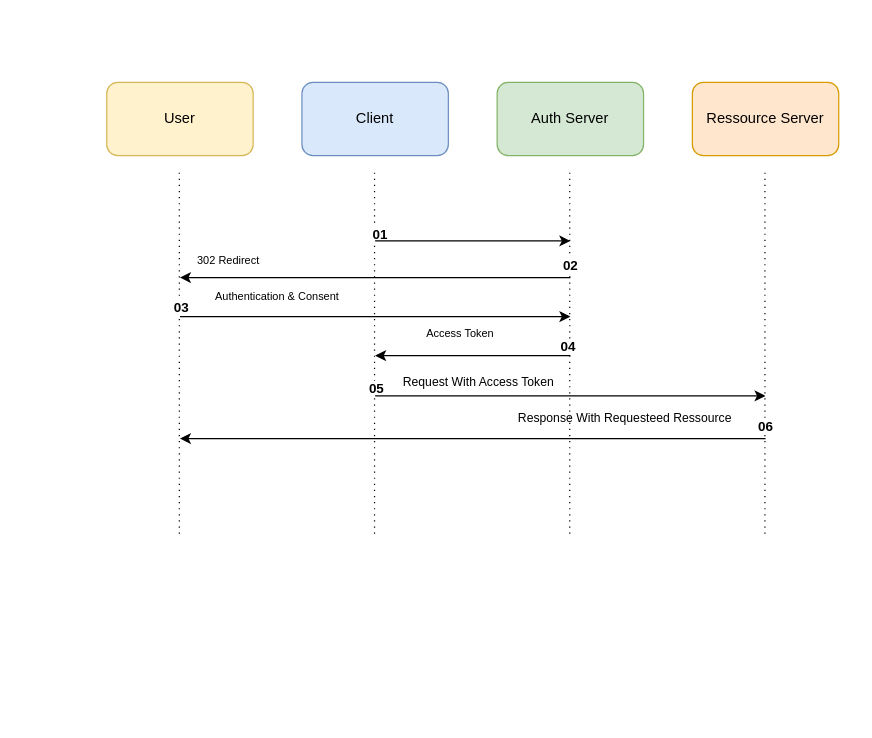
Earlier version of the draw.io diagram SequenceDiagramOpenIdConnect.drawio (drissaitkassi/usecaseGestHab). Source tidied: cells renumbered, new cells numbered last; positions are measured from the earlier drawing's top-left corner, leaving out a move shared by most shapes. Both pictures are drawn from the tidied source at 122%, with x=0, y=0 at pixel (106, 82).
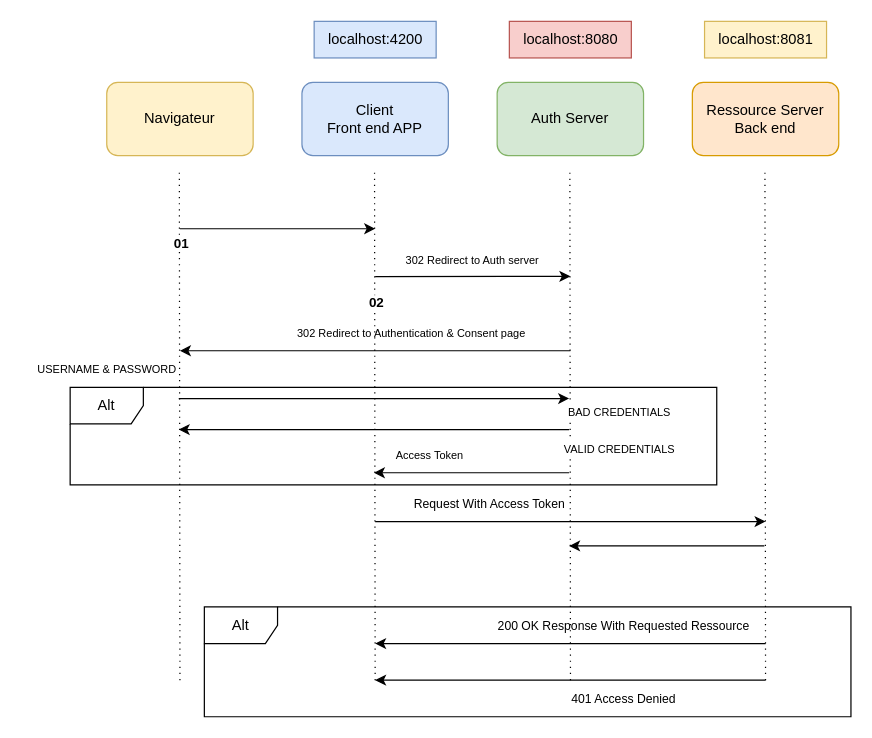
After the change.

Commit message:
Mettre à jour SequenceDiagramOpenIdConnect.drawio

Diff of the diagram source:
```diff
@@
     <mxCell id="2" style="endArrow=none;dashed=1;html=1;dashPattern=1 4;strokeWidth=1;rounded=0;" parent="1" edge="1">
       <mxGeometry relative="1" as="geometry">
-        <mxPoint x="59.5" y="370" as="sourcePoint" />
+        <mxPoint x="60" y="490" as="sourcePoint" />
         <mxPoint x="59.5" y="70" as="targetPoint" />
       </mxGeometry>
     </mxCell>
-    <mxCell id="3" value="&lt;b&gt;03&lt;/b&gt;" style="edgeLabel;html=1;align=center;verticalAlign=middle;" parent="2" vertex="1">
-      <mxGeometry x="0.24" y="-1" relative="1" as="geometry" />
-    </mxCell>
-    <mxCell id="4" value="User" style="rounded=1;whiteSpace=wrap;html=1;fillColor=#fff2cc;strokeColor=#d6b656;" parent="1" vertex="1">
+    <mxCell id="4" value="Navigateur" style="rounded=1;whiteSpace=wrap;html=1;fillColor=#fff2cc;strokeColor=#d6b656;" parent="1" vertex="1">
       <mxGeometry width="120" height="60" as="geometry" />
     </mxCell>
-    <mxCell id="5" value="Client" style="rounded=1;whiteSpace=wrap;html=1;fillColor=#dae8fc;strokeColor=#6c8ebf;" parent="1" vertex="1">
+    <mxCell id="5" value="Client&lt;br&gt;Front end APP" style="rounded=1;whiteSpace=wrap;html=1;fillColor=#dae8fc;strokeColor=#6c8ebf;" parent="1" vertex="1">
       <mxGeometry x="160" width="120" height="60" as="geometry" />
     </mxCell>
@@
-    <mxCell id="7" value="Ressource Server" style="rounded=1;whiteSpace=wrap;html=1;fillColor=#ffe6cc;strokeColor=#d79b00;" parent="1" vertex="1">
+    <mxCell id="7" value="Ressource Server&lt;br&gt;Back end" style="rounded=1;whiteSpace=wrap;html=1;fillColor=#ffe6cc;strokeColor=#d79b00;" parent="1" vertex="1">
       <mxGeometry x="480" width="120" height="60" as="geometry" />
     </mxCell>
     <mxCell id="8" style="endArrow=none;dashed=1;html=1;dashPattern=1 4;strokeWidth=1;rounded=0;" parent="1" edge="1">
       <mxGeometry relative="1" as="geometry">
-        <mxPoint x="219.5" y="370" as="sourcePoint" />
+        <mxPoint x="220" y="490" as="sourcePoint" />
         <mxPoint x="219.5" y="70" as="targetPoint" />
       </mxGeometry>
     </mxCell>
     <mxCell id="9" value="&lt;b&gt;01&lt;/b&gt;" style="edgeLabel;html=1;align=center;verticalAlign=middle;" parent="8" vertex="1">
-      <mxGeometry x="0.64" y="-4" relative="1" as="geometry" />
+      <mxGeometry x="0.64" y="-4" relative="1" as="geometry">
+        <mxPoint x="-163" y="-14" as="offset" />
+      </mxGeometry>
     </mxCell>
-    <mxCell id="10" value="&lt;b&gt;05&lt;/b&gt;" style="edgeLabel;html=1;align=center;verticalAlign=middle;" parent="8" vertex="1">
-      <mxGeometry x="-0.2" y="-1" relative="1" as="geometry" />
-    </mxCell>
     <mxCell id="11" style="endArrow=none;dashed=1;html=1;dashPattern=1 4;strokeWidth=1;rounded=0;" parent="1" edge="1">
       <mxGeometry relative="1" as="geometry">
-        <mxPoint x="379.5" y="370" as="sourcePoint" />
-        <mxPoint x="379.5" y="70" as="targetPoint" />
+        <mxPoint x="380.1" y="490" as="sourcePoint" />
+        <mxPoint x="379.6" y="70" as="targetPoint" />
       </mxGeometry>
     </mxCell>
     <mxCell id="12" value="&lt;b&gt;02&lt;/b&gt;" style="edgeLabel;html=1;align=center;verticalAlign=middle;" parent="11" vertex="1">
-      <mxGeometry x="0.47" relative="1" as="geometry" />
+      <mxGeometry x="0.47" relative="1" as="geometry">
+        <mxPoint x="-159" y="-1" as="offset" />
+      </mxGeometry>
     </mxCell>
-    <mxCell id="13" value="&lt;b&gt;04&lt;/b&gt;" style="edgeLabel;html=1;align=center;verticalAlign=middle;" parent="11" vertex="1">
-      <mxGeometry x="0.04" y="2" relative="1" as="geometry">
-        <mxPoint y="2" as="offset" />
-      </mxGeometry>
-    </mxCell>
+    <mxCell id="27" value="&lt;font style=&quot;font-size: 9px;&quot;&gt;BAD CREDENTIALS&lt;/font&gt;" style="edgeLabel;html=1;align=center;verticalAlign=middle;" parent="11" vertex="1">
+      <mxGeometry y="-3" relative="1" as="geometry">
+        <mxPoint x="37" y="-10" as="offset" />
+      </mxGeometry>
+    </mxCell>
+    <mxCell id="28" value="&lt;font style=&quot;font-size: 9px;&quot;&gt;VALID CREDENTIALS&lt;/font&gt;" style="edgeLabel;html=1;align=center;verticalAlign=middle;" parent="11" vertex="1">
+      <mxGeometry y="-3" relative="1" as="geometry">
+        <mxPoint x="37" y="20" as="offset" />
+      </mxGeometry>
+    </mxCell>
     <mxCell id="14" style="endArrow=none;dashed=1;html=1;dashPattern=1 4;strokeWidth=1;rounded=0;" parent="1" edge="1">
       <mxGeometry relative="1" as="geometry">
-        <mxPoint x="539.5" y="370" as="sourcePoint" />
+        <mxPoint x="540" y="490" as="sourcePoint" />
         <mxPoint x="539.5" y="70" as="targetPoint" />
       </mxGeometry>
     </mxCell>
-    <mxCell id="15" value="&lt;b&gt;06&lt;/b&gt;" style="edgeLabel;html=1;align=center;verticalAlign=middle;" parent="14" vertex="1">
-      <mxGeometry x="-0.41" relative="1" as="geometry" />
-    </mxCell>
     <mxCell id="16" style="endArrow=classic;html=1;rounded=0;" parent="1" edge="1">
       <mxGeometry relative="1" as="geometry">
-        <mxPoint x="220" y="130" as="sourcePoint" />
-        <mxPoint x="380" y="130" as="targetPoint" />
+        <mxPoint x="60" y="120" as="sourcePoint" />
+        <mxPoint x="220" y="120" as="targetPoint" />
       </mxGeometry>
     </mxCell>
     <mxCell id="17" style="endArrow=classic;html=1;rounded=0;" parent="1" edge="1">
       <mxGeometry relative="1" as="geometry">
-        <mxPoint x="380" y="160" as="sourcePoint" />
-        <mxPoint x="60" y="160" as="targetPoint" />
+        <mxPoint x="220" y="159.2" as="sourcePoint" />
+        <mxPoint x="380" y="159" as="targetPoint" />
       </mxGeometry>
     </mxCell>
-    <mxCell id="18" value="&lt;font style=&quot;font-size: 9px;&quot;&gt;302 Redirect&lt;/font&gt;" style="text;html=1;strokeColor=none;fillColor=none;align=center;verticalAlign=middle;whiteSpace=wrap;rounded=0;" parent="1" vertex="1">
-      <mxGeometry x="70" y="130" width="60" height="30" as="geometry" />
+    <mxCell id="18" value="&lt;font style=&quot;font-size: 9px;&quot;&gt;302 Redirect to Auth server&lt;/font&gt;" style="text;html=1;strokeColor=none;fillColor=none;align=center;verticalAlign=middle;whiteSpace=wrap;rounded=0;" parent="1" vertex="1">
+      <mxGeometry x="235" y="130" width="130" height="30" as="geometry" />
     </mxCell>
     <mxCell id="19" style="endArrow=classic;html=1;rounded=0;" parent="1" edge="1">
       <mxGeometry relative="1" as="geometry">
-        <mxPoint x="60" y="192" as="sourcePoint" />
-        <mxPoint x="380" y="192" as="targetPoint" />
+        <mxPoint x="380" y="220" as="sourcePoint" />
+        <mxPoint x="60" y="220" as="targetPoint" />
       </mxGeometry>
     </mxCell>
     <mxCell id="20" style="endArrow=classic;html=1;rounded=0;" parent="1" edge="1">
       <mxGeometry relative="1" as="geometry">
-        <mxPoint x="380" y="224" as="sourcePoint" />
-        <mxPoint x="220" y="224" as="targetPoint" />
+        <mxPoint x="379" y="320" as="sourcePoint" />
+        <mxPoint x="219" y="320" as="targetPoint" />
       </mxGeometry>
     </mxCell>
     <mxCell id="21" style="endArrow=classic;html=1;rounded=0;" parent="1" edge="1">
       <mxGeometry relative="1" as="geometry">
-        <mxPoint x="220" y="257" as="sourcePoint" />
-        <mxPoint x="540" y="257" as="targetPoint" />
+        <mxPoint x="220" y="360" as="sourcePoint" />
+        <mxPoint x="540" y="360" as="targetPoint" />
       </mxGeometry>
     </mxCell>
     <mxCell id="22" style="endArrow=classic;html=1;rounded=0;" parent="1" edge="1">
       <mxGeometry relative="1" as="geometry">
-        <mxPoint x="540" y="292" as="sourcePoint" />
-        <mxPoint x="60" y="292" as="targetPoint" />
+        <mxPoint x="540" y="460" as="sourcePoint" />
+        <mxPoint x="220" y="460" as="targetPoint" />
       </mxGeometry>
     </mxCell>
-    <mxCell id="23" value="&lt;font style=&quot;font-size: 9px;&quot;&gt;Authentication &amp;amp; Consent&lt;/font&gt;" style="text;html=1;strokeColor=none;fillColor=none;align=center;verticalAlign=middle;whiteSpace=wrap;rounded=0;" parent="1" vertex="1">
-      <mxGeometry x="80" y="160" width="120" height="30" as="geometry" />
+    <mxCell id="23" value="&lt;font style=&quot;font-size: 9px;&quot;&gt;302 Redirect to Authentication &amp;amp; Consent page&lt;/font&gt;" style="text;html=1;strokeColor=none;fillColor=none;align=center;verticalAlign=middle;whiteSpace=wrap;rounded=0;" parent="1" vertex="1">
+      <mxGeometry x="150" y="190" width="200" height="30" as="geometry" />
     </mxCell>
     <mxCell id="24" value="&lt;font style=&quot;font-size: 9px;&quot;&gt;Access Token&lt;/font&gt;" style="text;html=1;strokeColor=none;fillColor=none;align=center;verticalAlign=middle;whiteSpace=wrap;rounded=0;" parent="1" vertex="1">
-      <mxGeometry x="260" y="190" width="60" height="30" as="geometry" />
+      <mxGeometry x="235" y="290" width="60" height="30" as="geometry" />
     </mxCell>
     <mxCell id="25" value="&lt;font size=&quot;1&quot;&gt;Request With Access Token&lt;/font&gt;" style="text;html=1;strokeColor=none;fillColor=none;align=center;verticalAlign=middle;whiteSpace=wrap;rounded=0;" parent="1" vertex="1">
-      <mxGeometry x="240" y="230" width="130" height="30" as="geometry" />
+      <mxGeometry x="249" y="330" width="130" height="30" as="geometry" />
     </mxCell>
-    <mxCell id="26" value="&lt;font size=&quot;1&quot;&gt;Response With Requesteed Ressource&lt;/font&gt;" style="text;html=1;strokeColor=none;fillColor=none;align=center;verticalAlign=middle;whiteSpace=wrap;rounded=0;" parent="1" vertex="1">
-      <mxGeometry x="330" y="260" width="190" height="30" as="geometry" />
+    <mxCell id="26" value="&lt;font size=&quot;1&quot;&gt;200 OK Response With Requested Ressource&lt;/font&gt;" style="text;html=1;strokeColor=none;fillColor=none;align=center;verticalAlign=middle;whiteSpace=wrap;rounded=0;" parent="1" vertex="1">
+      <mxGeometry x="314" y="430" width="220" height="30" as="geometry" />
     </mxCell>
+    <mxCell id="29" value="localhost:4200" style="text;html=1;align=center;verticalAlign=middle;strokeColor=#6c8ebf;fillColor=#dae8fc;" parent="1" vertex="1">
+      <mxGeometry x="170" y="-50" width="100" height="30" as="geometry" />
+    </mxCell>
+    <mxCell id="30" value="localhost:8080" style="text;html=1;align=center;verticalAlign=middle;strokeColor=#b85450;fillColor=#f8cecc;" parent="1" vertex="1">
+      <mxGeometry x="330" y="-50" width="100" height="30" as="geometry" />
+    </mxCell>
+    <mxCell id="31" value="localhost:8081" style="text;html=1;align=center;verticalAlign=middle;strokeColor=#d6b656;fillColor=#fff2cc;" parent="1" vertex="1">
+      <mxGeometry x="490" y="-50" width="100" height="30" as="geometry" />
+    </mxCell>
+    <mxCell id="32" style="endArrow=classic;html=1;rounded=0;" parent="1" edge="1">
+      <mxGeometry relative="1" as="geometry">
+        <mxPoint x="539" y="380" as="sourcePoint" />
+        <mxPoint x="379" y="380" as="targetPoint" />
+      </mxGeometry>
+    </mxCell>
+    <mxCell id="33" value="Alt" style="shape=umlFrame;whiteSpace=wrap;html=1;" parent="1" vertex="1">
+      <mxGeometry x="-30" y="250" width="530" height="80" as="geometry" />
+    </mxCell>
+    <mxCell id="34" style="endArrow=classic;html=1;rounded=0;" parent="1" edge="1">
+      <mxGeometry relative="1" as="geometry">
+        <mxPoint x="59" y="259.2" as="sourcePoint" />
+        <mxPoint x="379" y="259.2" as="targetPoint" />
+      </mxGeometry>
+    </mxCell>
+    <mxCell id="35" style="endArrow=classic;html=1;rounded=0;" parent="1" edge="1">
+      <mxGeometry relative="1" as="geometry">
+        <mxPoint x="540" y="490" as="sourcePoint" />
+        <mxPoint x="220" y="490" as="targetPoint" />
+      </mxGeometry>
+    </mxCell>
+    <mxCell id="36" value="&lt;font size=&quot;1&quot;&gt;401 Access Denied&lt;/font&gt;" style="text;html=1;strokeColor=none;fillColor=none;align=center;verticalAlign=middle;whiteSpace=wrap;rounded=0;" parent="1" vertex="1">
+      <mxGeometry x="314" y="490" width="220" height="30" as="geometry" />
+    </mxCell>
+    <mxCell id="37" value="&lt;font style=&quot;font-size: 9px;&quot;&gt;USERNAME &amp;amp; PASSWORD&lt;/font&gt;" style="text;html=1;align=center;verticalAlign=middle;strokeColor=none;fillColor=none;" parent="1" vertex="1">
+      <mxGeometry x="-70" y="220" width="140" height="30" as="geometry" />
+    </mxCell>
+    <mxCell id="38" style="endArrow=classic;html=1;rounded=0;" parent="1" edge="1">
+      <mxGeometry relative="1" as="geometry">
+        <mxPoint x="379" y="284.6" as="sourcePoint" />
+        <mxPoint x="59" y="284.6" as="targetPoint" />
+      </mxGeometry>
+    </mxCell>
+    <mxCell id="39" value="Alt" style="shape=umlFrame;whiteSpace=wrap;html=1;" parent="1" vertex="1">
+      <mxGeometry x="80" y="430" width="530" height="90" as="geometry" />
+    </mxCell>
```
